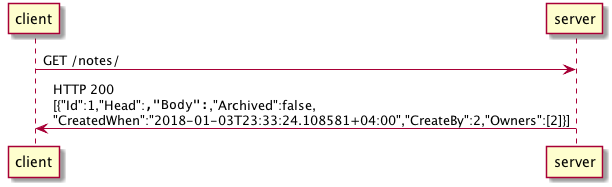
Before: docs/images/notes/get_positive.png, a diagram exported from PlantUML (EvilKhaosKat/notes-sharing).
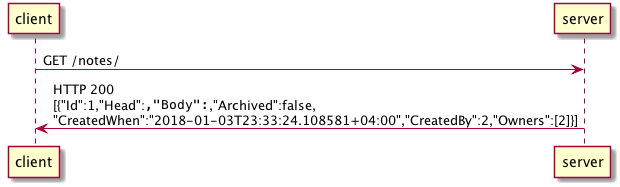
The same diagram one commit later.

What changed in the source:
```diff
@@ -1,4 +1,4 @@
 @startuml
 client -> server: GET /notes/
-server -> client: HTTP 200\n[{"Id":1,"Head":"","Body":"","Archived":false,\n"CreatedWhen":"2018-01-03T23:33:24.108581+04:00","CreateBy":2,"Owners":[2]}]
+server -> client: HTTP 200\n[{"Id":1,"Head":"","Body":"","Archived":false,\n"CreatedWhen":"2018-01-03T23:33:24.108581+04:00","CreatedBy":2,"Owners":[2]}]
 @enduml
```
